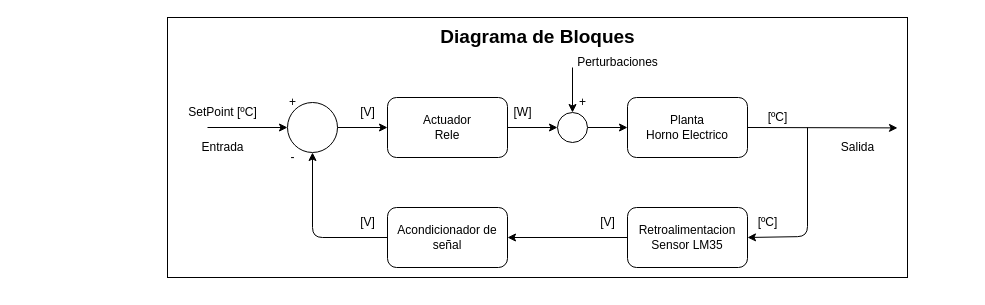
The draw.io diagram page "Diagrama General" (1 of 4) of Diagramas/DiagramaGeneral.drawio in nicopinera/sistema_control_tp, before the edit. Source tidied: cells renumbered, new cells numbered last; positions are measured from the earlier drawing's top-left corner, leaving out a move shared by most shapes. Both pictures are drawn from the tidied source at 100%, with x=0, y=0 at pixel (167, 17).
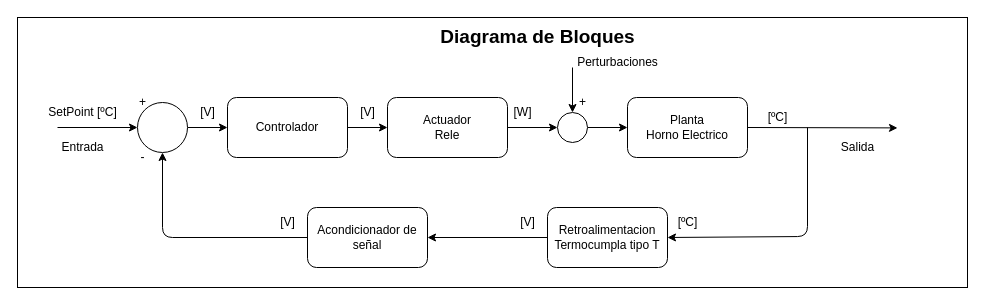
After the change.

The change refers to these unchanged cells:
```xml
<mxCell id="6" value="Actuador&lt;div&gt;Rele&lt;/div&gt;" style="rounded=1;whiteSpace=wrap;html=1;" parent="1" vertex="1">
  <mxGeometry x="220" y="80" width="120" height="60" as="geometry" />
</mxCell>
```

What changed in the source:
```diff
@@
     <mxCell id="2" style="whiteSpace=wrap;html=1;" parent="1" vertex="1">
-      <mxGeometry width="740" height="260" as="geometry" />
+      <mxGeometry x="-150" width="950" height="270" as="geometry" />
     </mxCell>
@@
     <mxCell id="8" style="edgeStyle=none;html=1;entryX=0.5;entryY=1;entryDx=0;entryDy=0;exitX=0;exitY=0.5;exitDx=0;exitDy=0;" parent="1" edge="1" source="29" target="11">
       <mxGeometry relative="1" as="geometry">
         <Array as="points">
-          <mxPoint x="145" y="220" />
+          <mxPoint x="-5" y="220" />
         </Array>
       </mxGeometry>
     </mxCell>
@@
-    <mxCell id="10" value="Retroalimentacion&lt;div&gt;Sensor LM35&lt;/div&gt;" style="rounded=1;whiteSpace=wrap;html=1;" parent="1" vertex="1">
-      <mxGeometry x="460" y="190" width="120" height="60" as="geometry" />
+    <mxCell id="10" value="Retroalimentacion&lt;div&gt;Termocumpla tipo T&lt;/div&gt;" style="rounded=1;whiteSpace=wrap;html=1;" parent="1" vertex="1">
+      <mxGeometry x="380" y="190" width="120" height="60" as="geometry" />
     </mxCell>
+    <mxCell id="32" style="edgeStyle=none;html=1;exitX=1;exitY=0.5;exitDx=0;exitDy=0;entryX=0;entryY=0.5;entryDx=0;entryDy=0;" parent="1" edge="1" source="11" target="34">
+      <mxGeometry relative="1" as="geometry" />
+    </mxCell>
     <mxCell id="11" style="ellipse;whiteSpace=wrap;html=1;" parent="1" vertex="1">
-      <mxGeometry x="120" y="85" width="50" height="50" as="geometry" />
+      <mxGeometry x="-30" y="85" width="50" height="50" as="geometry" />
     </mxCell>
-    <mxCell id="12" style="edgeStyle=none;html=1;exitX=1;exitY=0.5;exitDx=0;exitDy=0;entryX=0;entryY=0.5;entryDx=0;entryDy=0;" parent="1" edge="1" source="11" target="6">
-      <mxGeometry relative="1" as="geometry" />
-    </mxCell>
@@
     <mxCell id="14" value="[ºC]" style="text;html=1;align=center;verticalAlign=middle;strokeColor=none;fillColor=none;" parent="1" vertex="1">
-      <mxGeometry x="580" y="190" width="40" height="30" as="geometry" />
+      <mxGeometry x="500" y="190" width="40" height="30" as="geometry" />
     </mxCell>
     <mxCell id="15" value="[V]" style="text;html=1;align=center;verticalAlign=middle;strokeColor=none;fillColor=none;" parent="1" vertex="1">
-      <mxGeometry x="420" y="190" width="40" height="30" as="geometry" />
+      <mxGeometry x="340" y="190" width="40" height="30" as="geometry" />
     </mxCell>
     <mxCell id="16" style="edgeStyle=none;jettySize=auto;html=1;entryX=0;entryY=0.5;entryDx=0;entryDy=0;" parent="1" edge="1" target="11">
       <mxGeometry relative="1" as="geometry">
-        <mxPoint x="40" y="110" as="sourcePoint" />
+        <mxPoint x="-110" y="110" as="sourcePoint" />
       </mxGeometry>
     </mxCell>
     <mxCell id="17" value="Entrada" style="text;html=1;align=center;verticalAlign=middle;strokeColor=none;fillColor=none;" parent="1" vertex="1">
-      <mxGeometry x="20" y="115" width="70" height="30" as="geometry" />
+      <mxGeometry x="-120" y="115" width="70" height="30" as="geometry" />
     </mxCell>
     <mxCell id="18" value="SetPoint [ºC]" style="text;html=1;align=center;verticalAlign=middle;strokeColor=none;fillColor=none;" parent="1" vertex="1">
-      <mxGeometry x="10" y="80" width="90" height="30" as="geometry" />
+      <mxGeometry x="-130" y="80" width="90" height="30" as="geometry" />
     </mxCell>
     <mxCell id="19" value="+" style="text;html=1;align=center;verticalAlign=middle;strokeColor=none;fillColor=none;" parent="1" vertex="1">
-      <mxGeometry x="110" y="70" width="30" height="30" as="geometry" />
+      <mxGeometry x="-40" y="70" width="30" height="30" as="geometry" />
     </mxCell>
     <mxCell id="20" value="-" style="text;html=1;align=center;verticalAlign=middle;strokeColor=none;fillColor=none;" parent="1" vertex="1">
-      <mxGeometry x="110" y="125" width="30" height="30" as="geometry" />
+      <mxGeometry x="-40" y="125" width="30" height="30" as="geometry" />
     </mxCell>
     <mxCell id="21" value="[V]" style="text;html=1;align=center;verticalAlign=middle;strokeColor=none;fillColor=none;" parent="1" vertex="1">
-      <mxGeometry x="180" y="80" width="40" height="30" as="geometry" />
+      <mxGeometry x="20" y="80" width="40" height="30" as="geometry" />
     </mxCell>
@@
     <mxCell id="29" value="Acondicionador de señal" style="rounded=1;whiteSpace=wrap;html=1;" parent="1" vertex="1">
-      <mxGeometry x="220" y="190" width="120" height="60" as="geometry" />
+      <mxGeometry x="140" y="190" width="120" height="60" as="geometry" />
     </mxCell>
     <mxCell id="30" value="[V]" style="text;html=1;align=center;verticalAlign=middle;strokeColor=none;fillColor=none;" parent="1" vertex="1">
-      <mxGeometry x="180" y="190" width="40" height="30" as="geometry" />
+      <mxGeometry x="100" y="190" width="40" height="30" as="geometry" />
     </mxCell>
@@
+    <mxCell id="33" style="edgeStyle=none;html=1;exitX=1;exitY=0.5;exitDx=0;exitDy=0;entryX=0;entryY=0.5;entryDx=0;entryDy=0;" parent="1" edge="1" source="34" target="6">
+      <mxGeometry relative="1" as="geometry" />
+    </mxCell>
+    <mxCell id="34" value="Controlador" style="rounded=1;whiteSpace=wrap;html=1;" parent="1" vertex="1">
+      <mxGeometry x="60" y="80" width="120" height="60" as="geometry" />
+    </mxCell>
+    <mxCell id="35" value="[V]" style="text;html=1;align=center;verticalAlign=middle;strokeColor=none;fillColor=none;" parent="1" vertex="1">
+      <mxGeometry x="180" y="80" width="40" height="30" as="geometry" />
+    </mxCell>
```
